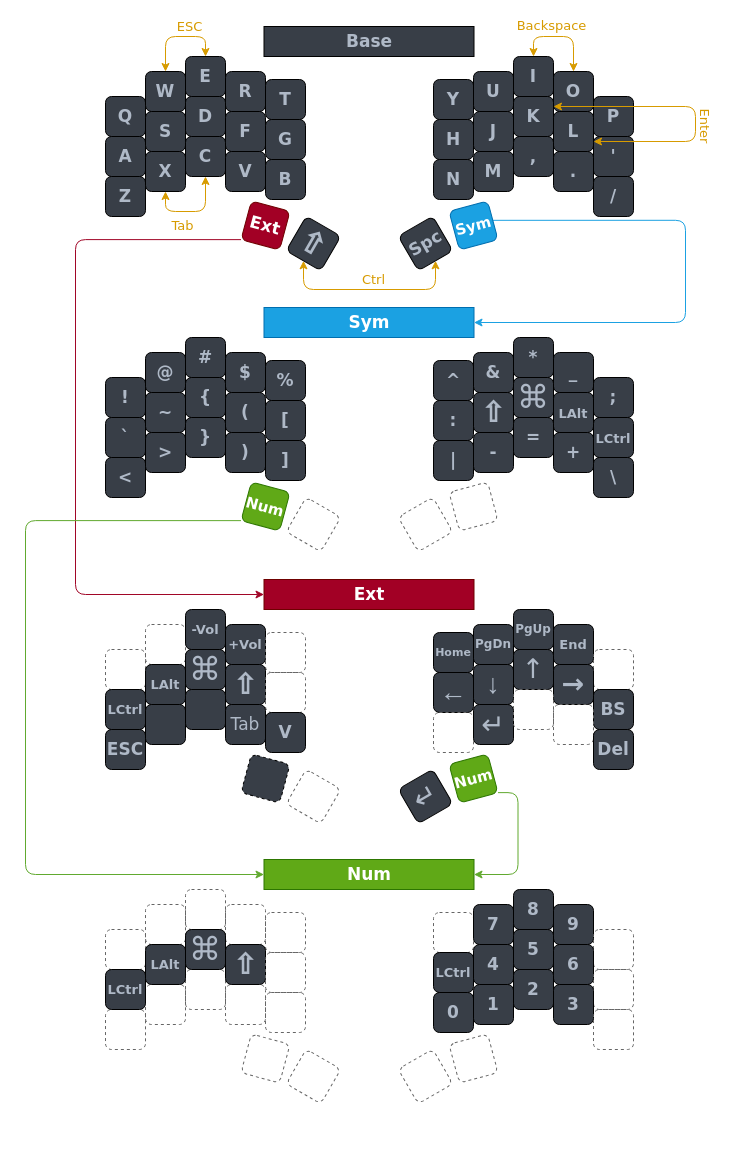
Above: assets/layout.drawio in nirosys/sweep-kmk (draw.io), before the change. Source tidied: cells renumbered, new cells numbered last; positions are measured from the earlier drawing's top-left corner, leaving out a move shared by most shapes. Both pictures are drawn from the tidied source at 100%, with x=0, y=0 at pixel (25, 26).
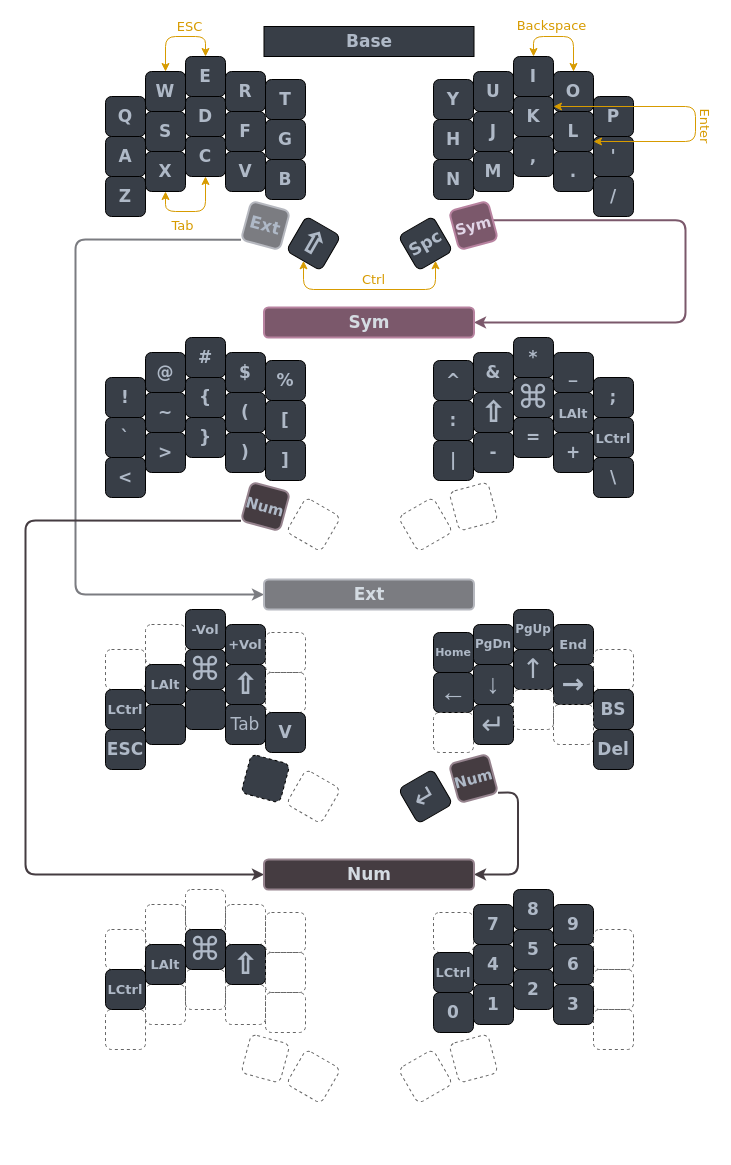
Above is the later version.

Commit message (it also covers changes not shown here):
Update colors on layout image to be more k-rad

What changed in the source:
```diff
@@
-    <mxCell id="21" style="edgeStyle=orthogonalEdgeStyle;rounded=1;jettySize=auto;html=1;exitX=0;exitY=1;exitDx=0;exitDy=0;entryX=0;entryY=0.5;entryDx=0;entryDy=0;fontFamily=Verdana;fontSize=14;fontColor=#9933FF;strokeColor=#A10627;" parent="1" edge="1" source="22" target="118">
+    <mxCell id="21" style="edgeStyle=orthogonalEdgeStyle;rounded=1;jettySize=auto;html=1;exitX=0;exitY=1;exitDx=0;exitDy=0;entryX=0;entryY=0.5;entryDx=0;entryDy=0;fontFamily=Verdana;fontSize=14;fontColor=#9933FF;strokeColor=#7B7C81;strokeWidth=2;" parent="1" edge="1" source="22" target="118">
       <mxGeometry relative="1" as="geometry">
         <Array as="points">
           <mxPoint x="50" y="213" />
           <mxPoint x="50" y="568" />
         </Array>
       </mxGeometry>
     </mxCell>
-    <mxCell id="22" value="Ext" style="whiteSpace=wrap;html=1;rotation=15;fontSize=17;fontFamily=Verdana;fontStyle=1;fillColor=#a20025;strokeColor=#6F0000;fontColor=#ffffff;rounded=1;" parent="1" vertex="1">
+    <mxCell id="22" value="Ext" style="whiteSpace=wrap;html=1;rotation=15;fontSize=17;fontFamily=Verdana;fontStyle=1;fillColor=#7B7C81;strokeColor=#B6B8BF;rounded=1;strokeWidth=2;fontColor=#AFB9C7;" parent="1" vertex="1">
       <mxGeometry x="220" y="179" width="40" height="40" as="geometry" />
     </mxCell>
@@
-    <mxCell id="44" style="edgeStyle=orthogonalEdgeStyle;rounded=1;jettySize=auto;html=1;exitX=1;exitY=0.5;exitDx=0;exitDy=0;entryX=1;entryY=0.5;entryDx=0;entryDy=0;fontSize=14;fontColor=#9933FF;fontFamily=Verdana;strokeColor=#1BA1E2;" parent="1" edge="1" source="45" target="82">
+    <mxCell id="44" style="edgeStyle=orthogonalEdgeStyle;rounded=1;jettySize=auto;html=1;exitX=1;exitY=0.5;exitDx=0;exitDy=0;entryX=1;entryY=0.5;entryDx=0;entryDy=0;fontSize=14;fontColor=#9933FF;fontFamily=Verdana;strokeColor=#7B586B;strokeWidth=2;" parent="1" edge="1" source="45" target="82">
       <mxGeometry relative="1" as="geometry">
         <Array as="points">
           <mxPoint x="660" y="194" />
           <mxPoint x="660" y="296" />
         </Array>
       </mxGeometry>
     </mxCell>
-    <mxCell id="45" value="&lt;font style=&quot;font-size: 15px&quot;&gt;Sym&lt;/font&gt;" style="whiteSpace=wrap;html=1;rotation=-15;fontSize=17;fontFamily=Verdana;fontStyle=1;fillColor=#1ba1e2;strokeColor=#006EAF;fontColor=#ffffff;rounded=1;" parent="1" vertex="1">
+    <mxCell id="45" value="&lt;font style=&quot;font-size: 15px&quot;&gt;Sym&lt;/font&gt;" style="whiteSpace=wrap;html=1;rotation=-15;fontSize=17;fontFamily=Verdana;fontStyle=1;fillColor=#7B586B;strokeColor=#B883A0;fontColor=#E1D5E7;rounded=1;strokeWidth=2;" parent="1" vertex="1">
       <mxGeometry x="428" y="179" width="40" height="40" as="geometry" />
     </mxCell>
@@
-    <mxCell id="62" style="edgeStyle=orthogonalEdgeStyle;rounded=1;jettySize=auto;html=1;exitX=0;exitY=1;exitDx=0;exitDy=0;entryX=0;entryY=0.5;entryDx=0;entryDy=0;fontFamily=Verdana;fontSize=14;fontColor=#61A92F;strokeColor=#61A92F;" parent="1" edge="1" source="63" target="146">
+    <mxCell id="62" style="edgeStyle=orthogonalEdgeStyle;rounded=1;jettySize=auto;html=1;exitX=0;exitY=1;exitDx=0;exitDy=0;entryX=0;entryY=0.5;entryDx=0;entryDy=0;fontFamily=Verdana;fontSize=14;fontColor=#61A92F;strokeColor=#453C41;strokeWidth=2;" parent="1" edge="1" source="63" target="146">
       <mxGeometry relative="1" as="geometry">
         <Array as="points">
           <mxPoint y="494" />
           <mxPoint y="848" />
         </Array>
       </mxGeometry>
     </mxCell>
-    <mxCell id="63" value="Num" style="whiteSpace=wrap;html=1;rotation=15;fontSize=15;fontFamily=Verdana;fontStyle=1;fontColor=#ffffff;fillColor=#60a917;strokeColor=#2D7600;rounded=1;" parent="1" vertex="1">
+    <mxCell id="63" value="Num" style="whiteSpace=wrap;html=1;rotation=15;fontSize=15;fontFamily=Verdana;fontStyle=1;fontColor=#AFB9C7;fillColor=#453C41;strokeColor=#96838E;rounded=1;strokeWidth=2;" parent="1" vertex="1">
       <mxGeometry x="220" y="460" width="40" height="40" as="geometry" />
     </mxCell>
@@
-    <mxCell id="82" value="&lt;b&gt;Sym&lt;/b&gt;" style="rounded=0;whiteSpace=wrap;html=1;fontFamily=Verdana;fontSize=17;fillColor=#1ba1e2;strokeColor=#006EAF;fontStyle=0;fontColor=#ffffff;" parent="1" vertex="1">
+    <mxCell id="82" value="&lt;b&gt;Sym&lt;/b&gt;" style="rounded=1;whiteSpace=wrap;html=1;fontFamily=Verdana;fontSize=17;fillColor=#7B586B;strokeColor=#B883A0;fontStyle=0;fontColor=#D4DBE2;strokeWidth=2;" parent="1" vertex="1">
       <mxGeometry x="238.5" y="281" width="210" height="30" as="geometry" />
     </mxCell>
@@
-    <mxCell id="116" style="edgeStyle=orthogonalEdgeStyle;rounded=1;jettySize=auto;html=1;exitX=1;exitY=1;exitDx=0;exitDy=0;entryX=1;entryY=0.5;entryDx=0;entryDy=0;fontFamily=Verdana;fontSize=14;fontColor=#61A92F;strokeColor=#61A92F;" parent="1" edge="1" source="117" target="146">
+    <mxCell id="116" style="edgeStyle=orthogonalEdgeStyle;rounded=1;jettySize=auto;html=1;exitX=1;exitY=1;exitDx=0;exitDy=0;entryX=1;entryY=0.5;entryDx=0;entryDy=0;fontFamily=Verdana;fontSize=14;fontColor=#61A92F;strokeColor=#453C41;strokeWidth=2;" parent="1" edge="1" source="117" target="146">
       <mxGeometry relative="1" as="geometry" />
     </mxCell>
-    <mxCell id="117" value="Num" style="whiteSpace=wrap;html=1;rotation=-15;fontSize=15;fontFamily=Verdana;fontStyle=1;fontColor=#ffffff;fillColor=#60a917;strokeColor=#2D7600;rounded=1;" parent="1" vertex="1">
+    <mxCell id="117" value="Num" style="whiteSpace=wrap;html=1;rotation=-15;fontSize=15;fontFamily=Verdana;fontStyle=1;fontColor=#AFB9C7;fillColor=#453C41;strokeColor=#96838E;rounded=1;strokeWidth=2;" parent="1" vertex="1">
       <mxGeometry x="428" y="732" width="40" height="40" as="geometry" />
     </mxCell>
-    <mxCell id="118" value="Ext" style="rounded=0;whiteSpace=wrap;html=1;fontFamily=Verdana;fontSize=17;fontStyle=1;fillColor=#a20025;strokeColor=#6F0000;fontColor=#ffffff;" parent="1" vertex="1">
+    <mxCell id="118" value="Ext" style="rounded=1;whiteSpace=wrap;html=1;fontFamily=Verdana;fontSize=17;fontStyle=1;fillColor=#7B7C81;strokeColor=#B6B8BF;fontColor=#D4DBE2;strokeWidth=2;" parent="1" vertex="1">
       <mxGeometry x="238.5" y="553" width="210" height="30" as="geometry" />
     </mxCell>
@@
-    <mxCell id="146" value="Num" style="rounded=0;whiteSpace=wrap;html=1;fontFamily=Verdana;fontSize=17;fontStyle=1;fillColor=#60a917;strokeColor=#2D7600;fontColor=#ffffff;" parent="1" vertex="1">
+    <mxCell id="146" value="Num" style="rounded=1;whiteSpace=wrap;html=1;fontFamily=Verdana;fontSize=17;fontStyle=1;fillColor=#453C41;strokeColor=#96838E;strokeWidth=2;fontColor=#D4DBE2;" parent="1" vertex="1">
       <mxGeometry x="238.5" y="833" width="210" height="30" as="geometry" />
     </mxCell>
```
